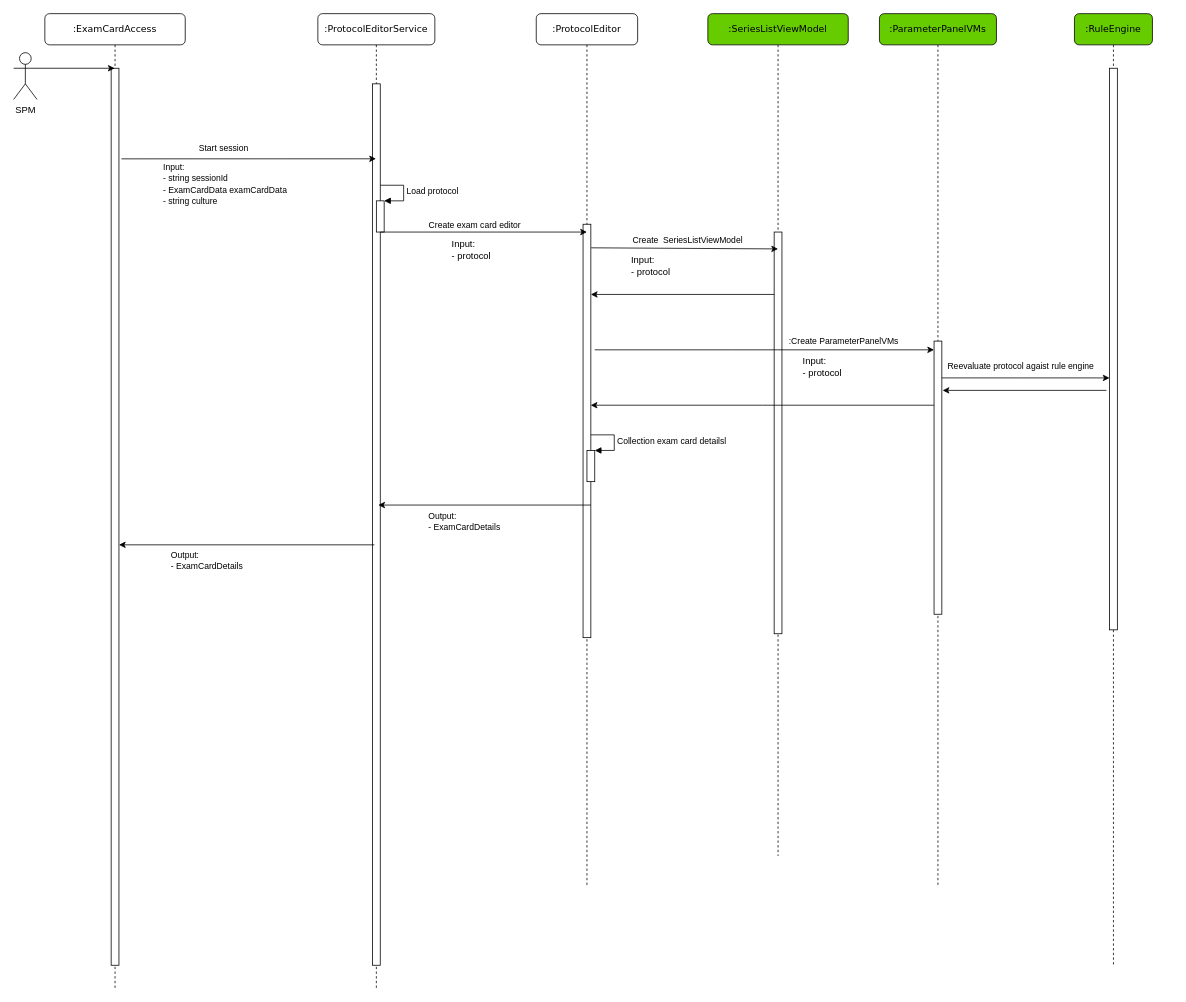
The draw.io diagram SPM-StartSession.drawio in dfzhangdw/Mindset, before the edit. Source tidied: cells renumbered, new cells numbered last; positions are measured from the earlier drawing's top-left corner, leaving out a move shared by most shapes. Both pictures are drawn from the tidied source at 78%, with x=0, y=0 at pixel (13, 13).
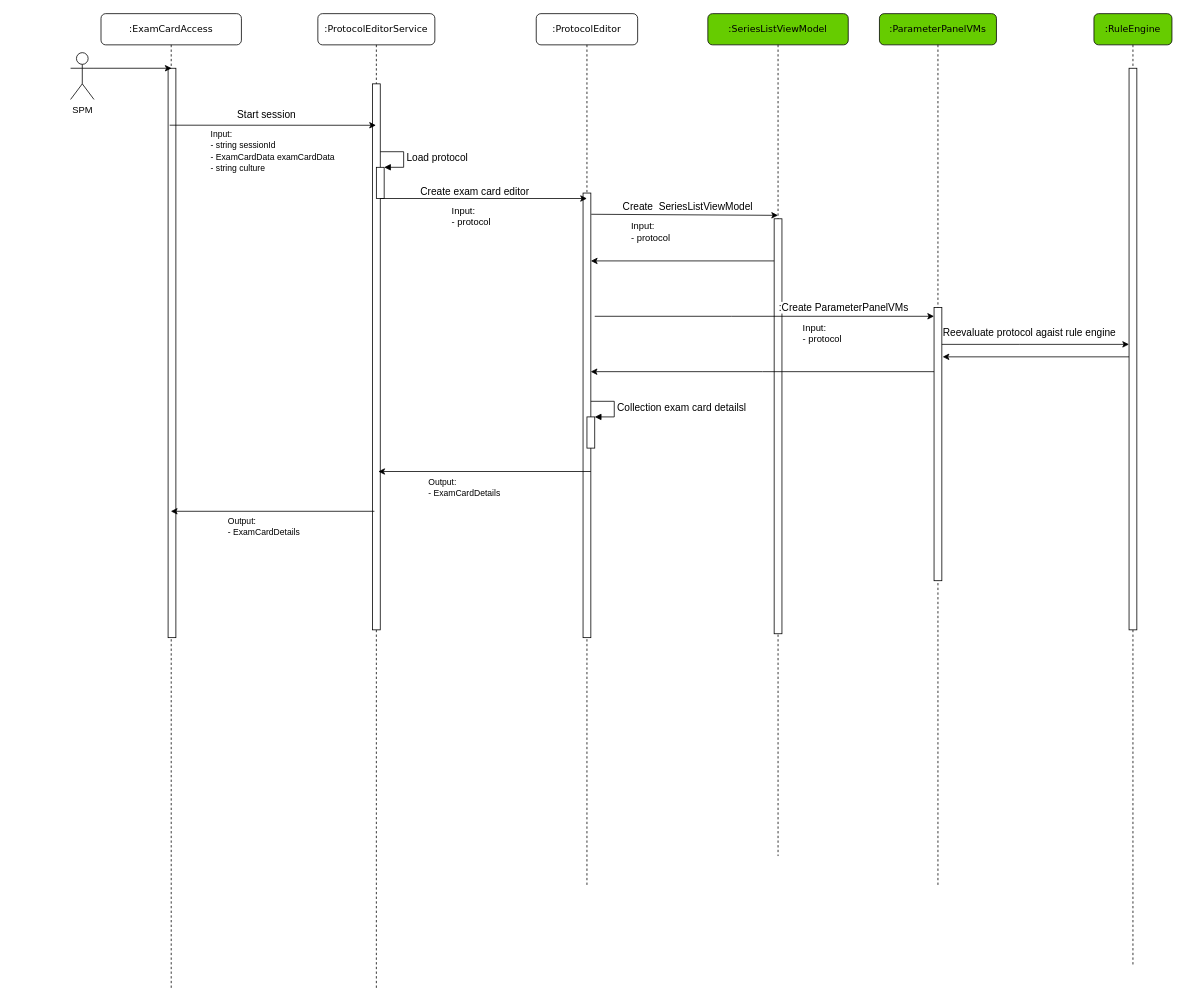
The same diagram, later.

The change refers to these unchanged cells:
```xml
<mxCell id="2" value=":ProtocolEditorService" style="shape=umlLifeline;perimeter=lifelinePerimeter;whiteSpace=wrap;html=1;rounded=1;shadow=0;comic=0;labelBackgroundColor=none;strokeWidth=1;fontFamily=Verdana;fontSize=12;align=center;" parent="1" vertex="1">
  <mxGeometry x="390" width="150" height="1250" as="geometry" />
</mxCell>
<mxCell id="6" value=":ProtocolEditor" style="shape=umlLifeline;perimeter=lifelinePerimeter;whiteSpace=wrap;html=1;rounded=1;shadow=0;comic=0;labelBackgroundColor=none;strokeWidth=1;fontFamily=Verdana;fontSize=12;align=center;" parent="1" vertex="1">
  <mxGeometry x="670" width="130" height="1120" as="geometry" />
</mxCell>
<mxCell id="11" value=":SeriesListViewModel" style="shape=umlLifeline;perimeter=lifelinePerimeter;whiteSpace=wrap;html=1;rounded=1;shadow=0;comic=0;labelBackgroundColor=none;strokeWidth=1;fontFamily=Verdana;fontSize=12;align=center;fillColor=#66CC00;" parent="1" vertex="1">
  <mxGeometry x="890" width="180" height="1080" as="geometry" />
</mxCell>
<mxCell id="16" style="html=1;points=[];perimeter=orthogonalPerimeter;rounded=0;shadow=0;comic=0;labelBackgroundColor=none;strokeWidth=1;fontFamily=Verdana;fontSize=12;align=center;" parent="15" vertex="1">
  <mxGeometry x="45" y="70" width="10" height="720" as="geometry" />
</mxCell>
<mxCell id="17" value=":ParameterPanelVMs" style="shape=umlLifeline;perimeter=lifelinePerimeter;whiteSpace=wrap;html=1;rounded=1;shadow=0;comic=0;labelBackgroundColor=none;strokeWidth=1;fontFamily=Verdana;fontSize=12;align=center;fillColor=#66CC00;" parent="1" vertex="1">
  <mxGeometry x="1110" width="150" height="1120" as="geometry" />
</mxCell>
```

Diff of the diagram source:
```diff
@@
     <mxCell id="3" style="html=1;perimeter=orthogonalPerimeter;rounded=0;shadow=0;comic=0;labelBackgroundColor=none;strokeWidth=1;fontFamily=Verdana;fontSize=12;align=center;" parent="2" vertex="1">
-      <mxGeometry x="70" y="90" width="10" height="1130" as="geometry" />
+      <mxGeometry x="70" y="90" width="10" height="700" as="geometry" />
     </mxCell>
     <mxCell id="4" style="html=1;points=[];perimeter=orthogonalPerimeter;fontSize=11;" parent="2" vertex="1">
-      <mxGeometry x="75" y="240" width="10" height="40" as="geometry" />
+      <mxGeometry x="75" y="197" width="10" height="40" as="geometry" />
     </mxCell>
-    <mxCell id="5" value="Load protocol" style="edgeStyle=orthogonalEdgeStyle;html=1;align=left;spacingLeft=2;endArrow=block;rounded=0;entryX=1;entryY=0;fontSize=11;" parent="2" edge="1" target="4">
+    <mxCell id="5" value="Load protocol" style="edgeStyle=orthogonalEdgeStyle;html=1;align=left;spacingLeft=2;endArrow=block;rounded=0;entryX=1;entryY=0;fontSize=13;" parent="2" edge="1" target="4">
       <mxGeometry relative="1" as="geometry">
-        <mxPoint x="80" y="220" as="sourcePoint" />
+        <mxPoint x="80" y="177" as="sourcePoint" />
         <Array as="points">
-          <mxPoint x="110" y="220" />
+          <mxPoint x="110" y="177" />
         </Array>
       </mxGeometry>
     </mxCell>
@@
     <mxCell id="7" style="html=1;points=[];perimeter=orthogonalPerimeter;fontSize=11;" parent="6" vertex="1">
-      <mxGeometry x="60" y="270" width="10" height="530" as="geometry" />
+      <mxGeometry x="60" y="230" width="10" height="570" as="geometry" />
     </mxCell>
     <mxCell id="8" style="html=1;points=[];perimeter=orthogonalPerimeter;fontSize=11;" parent="6" vertex="1">
-      <mxGeometry x="65" y="560" width="10" height="40" as="geometry" />
+      <mxGeometry x="65" y="517" width="10" height="40" as="geometry" />
     </mxCell>
-    <mxCell id="9" value="Collection exam card detailsl" style="edgeStyle=orthogonalEdgeStyle;html=1;align=left;spacingLeft=2;endArrow=block;rounded=0;entryX=1;entryY=0;fontSize=11;" parent="6" edge="1" target="8">
+    <mxCell id="9" value="Collection exam card detailsl" style="edgeStyle=orthogonalEdgeStyle;html=1;align=left;spacingLeft=2;endArrow=block;rounded=0;entryX=1;entryY=0;fontSize=13;" parent="6" edge="1" target="8">
       <mxGeometry relative="1" as="geometry">
-        <mxPoint x="70" y="540" as="sourcePoint" />
+        <mxPoint x="70" y="497" as="sourcePoint" />
         <Array as="points">
-          <mxPoint x="100" y="540" />
+          <mxPoint x="100" y="497" />
         </Array>
       </mxGeometry>
     </mxCell>
     <mxCell id="10" style="endArrow=classic;html=1;rounded=0;fontSize=11;" parent="6" edge="1">
       <mxGeometry relative="1" as="geometry">
-        <mxPoint x="70" y="630" as="sourcePoint" />
-        <mxPoint x="-202.5" y="630" as="targetPoint" />
+        <mxPoint x="70" y="587" as="sourcePoint" />
+        <mxPoint x="-202.5" y="587" as="targetPoint" />
       </mxGeometry>
     </mxCell>
@@
     <mxCell id="12" style="html=1;points=[];perimeter=orthogonalPerimeter;rounded=0;shadow=0;comic=0;labelBackgroundColor=none;strokeWidth=1;fontFamily=Verdana;fontSize=12;align=center;" parent="11" vertex="1">
-      <mxGeometry x="85" y="280" width="10" height="515" as="geometry" />
+      <mxGeometry x="85" y="263" width="10" height="532" as="geometry" />
     </mxCell>
-    <mxCell id="13" style="endArrow=classic;html=1;rounded=0;fontSize=11;" parent="11" edge="1" target="7">
+    <mxCell id="13" style="endArrow=classic;html=1;rounded=0;fontSize=11;" parent="11" edge="1">
       <mxGeometry relative="1" as="geometry">
-        <mxPoint x="85" y="360" as="sourcePoint" />
+        <mxPoint x="85" y="317" as="sourcePoint" />
+        <mxPoint x="-150" y="317" as="targetPoint" />
       </mxGeometry>
     </mxCell>
     <mxCell id="14" value="Input:&lt;br&gt;- protocol" style="text;html=1;strokeColor=none;fillColor=none;align=left;verticalAlign=middle;whiteSpace=wrap;rounded=0;" parent="11" vertex="1">
-      <mxGeometry x="120" y="430" width="100" height="45" as="geometry" />
+      <mxGeometry x="120" y="387" width="100" height="45" as="geometry" />
     </mxCell>
     <mxCell id="15" value=":RuleEngine" style="shape=umlLifeline;perimeter=lifelinePerimeter;whiteSpace=wrap;html=1;rounded=1;shadow=0;comic=0;labelBackgroundColor=none;strokeWidth=1;fontFamily=Verdana;fontSize=12;align=center;fillColor=#66CC00;" parent="1" vertex="1">
-      <mxGeometry x="1360" width="100" height="1220" as="geometry" />
+      <mxGeometry x="1385" width="100" height="1220" as="geometry" />
     </mxCell>
@@
     <mxCell id="18" style="html=1;perimeter=orthogonalPerimeter;rounded=0;shadow=0;comic=0;labelBackgroundColor=none;strokeWidth=1;fontFamily=Verdana;fontSize=12;align=center;" parent="17" vertex="1">
-      <mxGeometry x="70" y="419.8" width="10" height="350.2" as="geometry" />
+      <mxGeometry x="70" y="376.8" width="10" height="350.2" as="geometry" />
     </mxCell>
     <mxCell id="19" value=":ExamCardAccess" style="shape=umlLifeline;perimeter=lifelinePerimeter;whiteSpace=wrap;html=1;outlineConnect=0;rounded=1;shadow=0;comic=0;labelBackgroundColor=none;strokeWidth=1;fontFamily=Verdana;fontSize=12;align=center;" parent="1" vertex="1">
-      <mxGeometry x="40" width="180" height="1250" as="geometry" />
+      <mxGeometry x="112" width="180" height="1250" as="geometry" />
     </mxCell>
     <mxCell id="20" style="html=1;points=[];perimeter=orthogonalPerimeter;rounded=0;shadow=0;comic=0;labelBackgroundColor=none;strokeWidth=1;fontFamily=Verdana;fontSize=12;align=center;" parent="19" vertex="1">
-      <mxGeometry x="85" y="70" width="10" height="1150" as="geometry" />
+      <mxGeometry x="86" y="70" width="10" height="730" as="geometry" />
     </mxCell>
     <mxCell id="21" value="SPM" style="shape=umlActor;verticalLabelPosition=bottom;verticalAlign=top;html=1;outlineConnect=0;" parent="1" vertex="1">
-      <mxGeometry y="50" width="30" height="60" as="geometry" />
+      <mxGeometry x="73" y="50" width="30" height="60" as="geometry" />
     </mxCell>
-    <mxCell id="22" style="endArrow=classic;html=1;rounded=0;exitX=1.32;exitY=0.101;exitDx=0;exitDy=0;exitPerimeter=0;" parent="1" edge="1" source="20">
+    <mxCell id="22" style="endArrow=classic;html=1;rounded=0;" parent="1" edge="1">
       <mxGeometry relative="1" as="geometry">
-        <mxPoint x="464.5" y="186.1" as="targetPoint" />
+        <mxPoint x="200" y="143" as="sourcePoint" />
+        <mxPoint x="464.5" y="143.1" as="targetPoint" />
       </mxGeometry>
     </mxCell>
-    <mxCell id="23" value="Start session" style="edgeLabel;html=1;align=center;verticalAlign=middle;" parent="22" vertex="1">
+    <mxCell id="23" value="Start session" style="edgeLabel;html=1;align=center;verticalAlign=middle;fontSize=13;" parent="22" vertex="1">
       <mxGeometry x="-0.36" y="-1" relative="1" as="geometry">
-        <mxPoint x="26" y="-15" as="offset" />
+        <mxPoint x="39" y="-16" as="offset" />
       </mxGeometry>
     </mxCell>
     <mxCell id="24" value="&lt;span style=&quot;font-size: 11px; background-color: rgb(255, 255, 255);&quot;&gt;Input:&lt;br&gt;- string sessionId&lt;/span&gt;&lt;br style=&quot;border-color: var(--border-color); font-size: 11px;&quot;&gt;&lt;div style=&quot;&quot;&gt;&lt;span style=&quot;background-color: rgb(255, 255, 255); font-size: 11px;&quot;&gt;- ExamCardData examCardData&lt;/span&gt;&lt;/div&gt;&lt;span style=&quot;font-size: 11px; background-color: rgb(255, 255, 255);&quot;&gt;- string culture&lt;/span&gt;" style="text;html=1;strokeColor=none;fillColor=none;align=left;verticalAlign=middle;whiteSpace=wrap;rounded=0;" parent="1" vertex="1">
-      <mxGeometry x="190" y="195" width="220" height="45" as="geometry" />
+      <mxGeometry x="251" y="153" width="176" height="45" as="geometry" />
     </mxCell>
     <mxCell id="25" style="endArrow=classic;html=1;rounded=0;startArrow=none;" parent="1" edge="1">
       <mxGeometry relative="1" as="geometry">
-        <mxPoint x="470" y="280" as="sourcePoint" />
-        <mxPoint x="735" y="280" as="targetPoint" />
+        <mxPoint x="470" y="237" as="sourcePoint" />
+        <mxPoint x="735" y="237" as="targetPoint" />
       </mxGeometry>
     </mxCell>
-    <mxCell id="26" value="Create exam card editor" style="edgeLabel;html=1;align=center;verticalAlign=middle;fontSize=11;" parent="25" vertex="1">
+    <mxCell id="26" value="Create exam card editor" style="edgeLabel;html=1;align=center;verticalAlign=middle;fontSize=13;" parent="25" vertex="1">
       <mxGeometry x="0.77" y="-2" relative="1" as="geometry">
         <mxPoint x="-115" y="-12" as="offset" />
       </mxGeometry>
     </mxCell>
     <mxCell id="27" style="endArrow=classic;html=1;rounded=0;fontSize=11;startArrow=none;" parent="1" edge="1">
       <mxGeometry relative="1" as="geometry">
-        <mxPoint x="745" y="431" as="sourcePoint" />
-        <mxPoint x="1180" y="431" as="targetPoint" />
+        <mxPoint x="745" y="388" as="sourcePoint" />
+        <mxPoint x="1180" y="388" as="targetPoint" />
         <Array as="points">
-          <mxPoint x="920" y="431" />
+          <mxPoint x="920" y="388" />
         </Array>
       </mxGeometry>
     </mxCell>
     <mxCell id="28" value="Input:&lt;br&gt;- protocol" style="text;html=1;strokeColor=none;fillColor=none;align=left;verticalAlign=middle;whiteSpace=wrap;rounded=0;" parent="1" vertex="1">
-      <mxGeometry x="560" y="280" width="100" height="45" as="geometry" />
+      <mxGeometry x="560" y="237" width="100" height="45" as="geometry" />
     </mxCell>
     <mxCell id="29" value="Input:&lt;br&gt;- protocol" style="text;html=1;strokeColor=none;fillColor=none;align=left;verticalAlign=middle;whiteSpace=wrap;rounded=0;" parent="1" vertex="1">
-      <mxGeometry x="790" y="300" width="100" height="45" as="geometry" />
+      <mxGeometry x="790" y="257" width="100" height="45" as="geometry" />
     </mxCell>
     <mxCell id="30" style="endArrow=classic;html=1;rounded=0;fontSize=11;" parent="1" edge="1">
       <mxGeometry relative="1" as="geometry">
-        <mxPoint x="1180" y="502" as="sourcePoint" />
-        <mxPoint x="739.8" y="502" as="targetPoint" />
+        <mxPoint x="1180" y="459" as="sourcePoint" />
+        <mxPoint x="739.8" y="459" as="targetPoint" />
         <Array as="points">
-          <mxPoint x="1180" y="502" />
-          <mxPoint x="960" y="502" />
+          <mxPoint x="1180" y="459" />
+          <mxPoint x="960" y="459" />
         </Array>
       </mxGeometry>
     </mxCell>
-    <mxCell id="31" style="endArrow=classic;html=1;rounded=0;fontSize=11;startArrow=none;" parent="1" edge="1">
+    <mxCell id="31" style="endArrow=classic;html=1;rounded=0;fontSize=11;startArrow=none;" parent="1" edge="1" target="16">
       <mxGeometry relative="1" as="geometry">
-        <mxPoint x="1190" y="467" as="sourcePoint" />
-        <mxPoint x="1405" y="467" as="targetPoint" />
+        <mxPoint x="1190" y="424" as="sourcePoint" />
         <Array as="points">
-          <mxPoint x="1290" y="467" />
+          <mxPoint x="1290" y="424" />
         </Array>
       </mxGeometry>
     </mxCell>
-    <mxCell id="32" value="Reevaluate protocol agaist rule engine" style="edgeLabel;html=1;align=center;verticalAlign=middle;fontSize=11;" parent="31" vertex="1">
+    <mxCell id="32" value="Reevaluate protocol agaist rule engine" style="edgeLabel;html=1;align=center;verticalAlign=middle;fontSize=13;" parent="31" vertex="1">
       <mxGeometry x="-0.09" y="1" relative="1" as="geometry">
         <mxPoint x="2" y="-15" as="offset" />
       </mxGeometry>
     </mxCell>
-    <mxCell id="33" style="endArrow=classic;html=1;rounded=0;fontSize=11;" parent="1" edge="1">
+    <mxCell id="33" style="endArrow=classic;html=1;rounded=0;fontSize=11;" parent="1" edge="1" source="16">
       <mxGeometry relative="1" as="geometry">
-        <mxPoint x="1401" y="483" as="sourcePoint" />
-        <mxPoint x="1191" y="483" as="targetPoint" />
+        <mxPoint x="1191" y="440" as="targetPoint" />
       </mxGeometry>
     </mxCell>
-    <mxCell id="34" style="endArrow=classic;html=1;rounded=0;exitX=1;exitY=0.3333333333333333;exitDx=0;exitDy=0;exitPerimeter=0;" parent="1" edge="1" source="21" target="19">
-      <mxGeometry relative="1" as="geometry" />
+    <mxCell id="34" style="endArrow=classic;html=1;rounded=0;exitX=1;exitY=0.3333333333333333;exitDx=0;exitDy=0;exitPerimeter=0;" parent="1" edge="1" source="21">
+      <mxGeometry relative="1" as="geometry">
+        <mxPoint x="202.5" y="70" as="targetPoint" />
+      </mxGeometry>
     </mxCell>
-    <mxCell id="35" style="endArrow=classic;html=1;rounded=0;fontSize=11;" parent="1" edge="1">
+    <mxCell id="35" style="endArrow=classic;html=1;rounded=0;fontSize=11;" parent="1" edge="1" target="19">
       <mxGeometry relative="1" as="geometry">
-        <mxPoint x="462.5" y="681" as="sourcePoint" />
-        <mxPoint x="135" y="681" as="targetPoint" />
+        <mxPoint x="462.5" y="638" as="sourcePoint" />
       </mxGeometry>
     </mxCell>
     <mxCell id="36" value="Output: &lt;br&gt;- ExamCardDetails" style="edgeLabel;html=1;align=left;verticalAlign=middle;" parent="1" vertex="1">
-      <mxGeometry x="200" y="700" as="geometry" />
+      <mxGeometry x="273" y="657" as="geometry" />
     </mxCell>
     <mxCell id="37" value="Output: &lt;br&gt;- ExamCardDetails" style="edgeLabel;html=1;align=left;verticalAlign=middle;" parent="1" vertex="1">
-      <mxGeometry x="530" y="650" as="geometry" />
+      <mxGeometry x="530" y="607" as="geometry" />
     </mxCell>
-    <mxCell id="38" style="endArrow=classic;html=1;rounded=0;fontSize=11;entryX=0.5;entryY=0.042;entryDx=0;entryDy=0;entryPerimeter=0;exitX=1.047;exitY=0.057;exitDx=0;exitDy=0;exitPerimeter=0;" parent="1" edge="1" source="7" target="12">
-      <mxGeometry relative="1" as="geometry" />
+    <mxCell id="38" style="endArrow=classic;html=1;rounded=0;fontSize=11;entryX=0.5;entryY=0.042;entryDx=0;entryDy=0;entryPerimeter=0;exitX=1.047;exitY=0.057;exitDx=0;exitDy=0;exitPerimeter=0;" parent="1" edge="1">
+      <mxGeometry relative="1" as="geometry">
+        <mxPoint x="740.5" y="257.2" as="sourcePoint" />
+        <mxPoint x="980" y="258.6" as="targetPoint" />
+      </mxGeometry>
     </mxCell>
-    <mxCell id="39" value="Create&amp;nbsp; SeriesListViewModel" style="edgeLabel;html=1;align=center;verticalAlign=middle;fontSize=11;" parent="38" vertex="1">
+    <mxCell id="39" value="Create&amp;nbsp; SeriesListViewModel" style="edgeLabel;html=1;align=center;verticalAlign=middle;fontSize=13;" parent="38" vertex="1">
       <mxGeometry x="0.29" y="2" relative="1" as="geometry">
         <mxPoint x="-31" y="-10" as="offset" />
       </mxGeometry>
     </mxCell>
-    <mxCell id="40" value=":Create ParameterPanelVMs" style="edgeLabel;html=1;align=center;verticalAlign=middle;fontSize=11;" parent="38" vertex="1">
+    <mxCell id="40" value=":Create ParameterPanelVMs" style="edgeLabel;html=1;align=center;verticalAlign=middle;fontSize=13;" parent="38" vertex="1">
       <mxGeometry x="0.29" y="2" relative="1" as="geometry">
         <mxPoint x="169" y="120" as="offset" />
       </mxGeometry>
     </mxCell>
```
